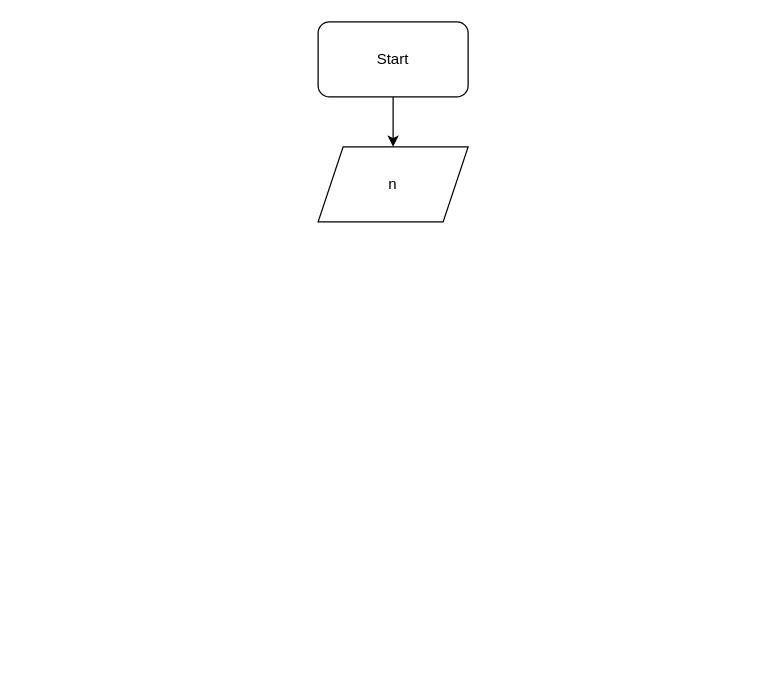
Earlier version of the draw.io diagram Untitled Diagram.drawio (orucmehrabov/git_practice). Source tidied: cells renumbered, new cells numbered last; positions are measured from the earlier drawing's top-left corner, leaving out a move shared by most shapes. Both pictures are drawn from the tidied source at 125%, with x=0, y=0 at pixel (318, 21).
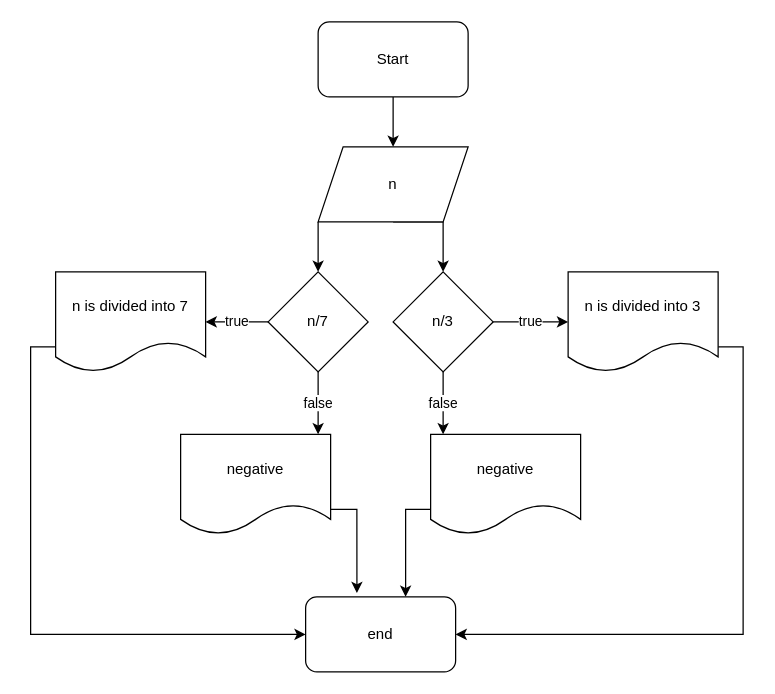
After the change.

Unchanged cells that the change refers to:
```xml
<mxCell id="4" value="n" style="shape=parallelogram;perimeter=parallelogramPerimeter;whiteSpace=wrap;html=1;fixedSize=1;" parent="1" vertex="1">
  <mxGeometry y="100" width="120" height="60" as="geometry" />
</mxCell>
```

What changed in the source:
```diff
@@
+    <mxCell id="5" style="edgeStyle=orthogonalEdgeStyle;rounded=0;jettySize=auto;html=1;exitX=0.5;exitY=1;exitDx=0;exitDy=0;" parent="1" edge="1" source="4" target="9">
+      <mxGeometry relative="1" as="geometry">
+        <Array as="points">
+          <mxPoint x="100" y="160" />
+        </Array>
+      </mxGeometry>
+    </mxCell>
+    <mxCell id="6" style="edgeStyle=orthogonalEdgeStyle;rounded=0;jettySize=auto;html=1;exitX=0;exitY=1;exitDx=0;exitDy=0;entryX=0.5;entryY=0;entryDx=0;entryDy=0;" parent="1" edge="1" source="4" target="12">
+      <mxGeometry relative="1" as="geometry" />
+    </mxCell>
@@
+    <mxCell id="7" value="true" style="edgeStyle=orthogonalEdgeStyle;rounded=0;jettySize=auto;html=1;exitX=1;exitY=0.5;exitDx=0;exitDy=0;" parent="1" edge="1" source="9" target="14">
+      <mxGeometry relative="1" as="geometry" />
+    </mxCell>
+    <mxCell id="8" value="false" style="edgeStyle=orthogonalEdgeStyle;rounded=0;jettySize=auto;html=1;exitX=0.5;exitY=1;exitDx=0;exitDy=0;" parent="1" edge="1" source="9">
+      <mxGeometry relative="1" as="geometry">
+        <mxPoint x="100" y="330" as="targetPoint" />
+      </mxGeometry>
+    </mxCell>
+    <mxCell id="9" value="n/3" style="rhombus;whiteSpace=wrap;html=1;" parent="1" vertex="1">
+      <mxGeometry x="60" y="200" width="80" height="80" as="geometry" />
+    </mxCell>
+    <mxCell id="10" value="true" style="edgeStyle=orthogonalEdgeStyle;rounded=0;jettySize=auto;html=1;exitX=0;exitY=0.5;exitDx=0;exitDy=0;entryX=1;entryY=0.5;entryDx=0;entryDy=0;" parent="1" edge="1" source="12" target="16">
+      <mxGeometry relative="1" as="geometry" />
+    </mxCell>
+    <mxCell id="11" value="false" style="edgeStyle=orthogonalEdgeStyle;rounded=0;jettySize=auto;html=1;exitX=0.5;exitY=1;exitDx=0;exitDy=0;" parent="1" edge="1" source="12">
+      <mxGeometry relative="1" as="geometry">
+        <mxPoint y="330" as="targetPoint" />
+      </mxGeometry>
+    </mxCell>
+    <mxCell id="12" value="n/7" style="rhombus;whiteSpace=wrap;html=1;" parent="1" vertex="1">
+      <mxGeometry x="-40" y="200" width="80" height="80" as="geometry" />
+    </mxCell>
+    <mxCell id="13" style="edgeStyle=orthogonalEdgeStyle;rounded=0;jettySize=auto;html=1;exitX=1;exitY=0.75;exitDx=0;exitDy=0;entryX=1;entryY=0.5;entryDx=0;entryDy=0;" parent="1" edge="1" source="14" target="21">
+      <mxGeometry relative="1" as="geometry" />
+    </mxCell>
+    <mxCell id="14" value="n is divided into 3" style="shape=document;whiteSpace=wrap;html=1;boundedLbl=1;" parent="1" vertex="1">
+      <mxGeometry x="200" y="200" width="120" height="80" as="geometry" />
+    </mxCell>
+    <mxCell id="15" style="edgeStyle=orthogonalEdgeStyle;rounded=0;jettySize=auto;html=1;exitX=0;exitY=0.75;exitDx=0;exitDy=0;entryX=0;entryY=0.5;entryDx=0;entryDy=0;" parent="1" edge="1" source="16" target="21">
+      <mxGeometry relative="1" as="geometry" />
+    </mxCell>
+    <mxCell id="16" value="n is divided into 7" style="shape=document;whiteSpace=wrap;html=1;boundedLbl=1;" parent="1" vertex="1">
+      <mxGeometry x="-210" y="200" width="120" height="80" as="geometry" />
+    </mxCell>
+    <mxCell id="17" style="edgeStyle=orthogonalEdgeStyle;rounded=0;jettySize=auto;html=1;exitX=1;exitY=0.75;exitDx=0;exitDy=0;entryX=0.342;entryY=-0.05;entryDx=0;entryDy=0;entryPerimeter=0;" parent="1" edge="1" source="18" target="21">
+      <mxGeometry relative="1" as="geometry" />
+    </mxCell>
+    <mxCell id="18" value="negative" style="shape=document;whiteSpace=wrap;html=1;boundedLbl=1;" parent="1" vertex="1">
+      <mxGeometry x="-110" y="330" width="120" height="80" as="geometry" />
+    </mxCell>
+    <mxCell id="19" style="edgeStyle=orthogonalEdgeStyle;rounded=0;jettySize=auto;html=1;exitX=0;exitY=0.75;exitDx=0;exitDy=0;" parent="1" edge="1" source="20" target="21">
+      <mxGeometry relative="1" as="geometry">
+        <Array as="points">
+          <mxPoint x="70" y="390" />
+        </Array>
+      </mxGeometry>
+    </mxCell>
+    <mxCell id="20" value="negative" style="shape=document;whiteSpace=wrap;html=1;boundedLbl=1;" parent="1" vertex="1">
+      <mxGeometry x="90" y="330" width="120" height="80" as="geometry" />
+    </mxCell>
+    <mxCell id="21" value="end" style="rounded=1;whiteSpace=wrap;html=1;" parent="1" vertex="1">
+      <mxGeometry x="-10" y="460" width="120" height="60" as="geometry" />
+    </mxCell>
```
